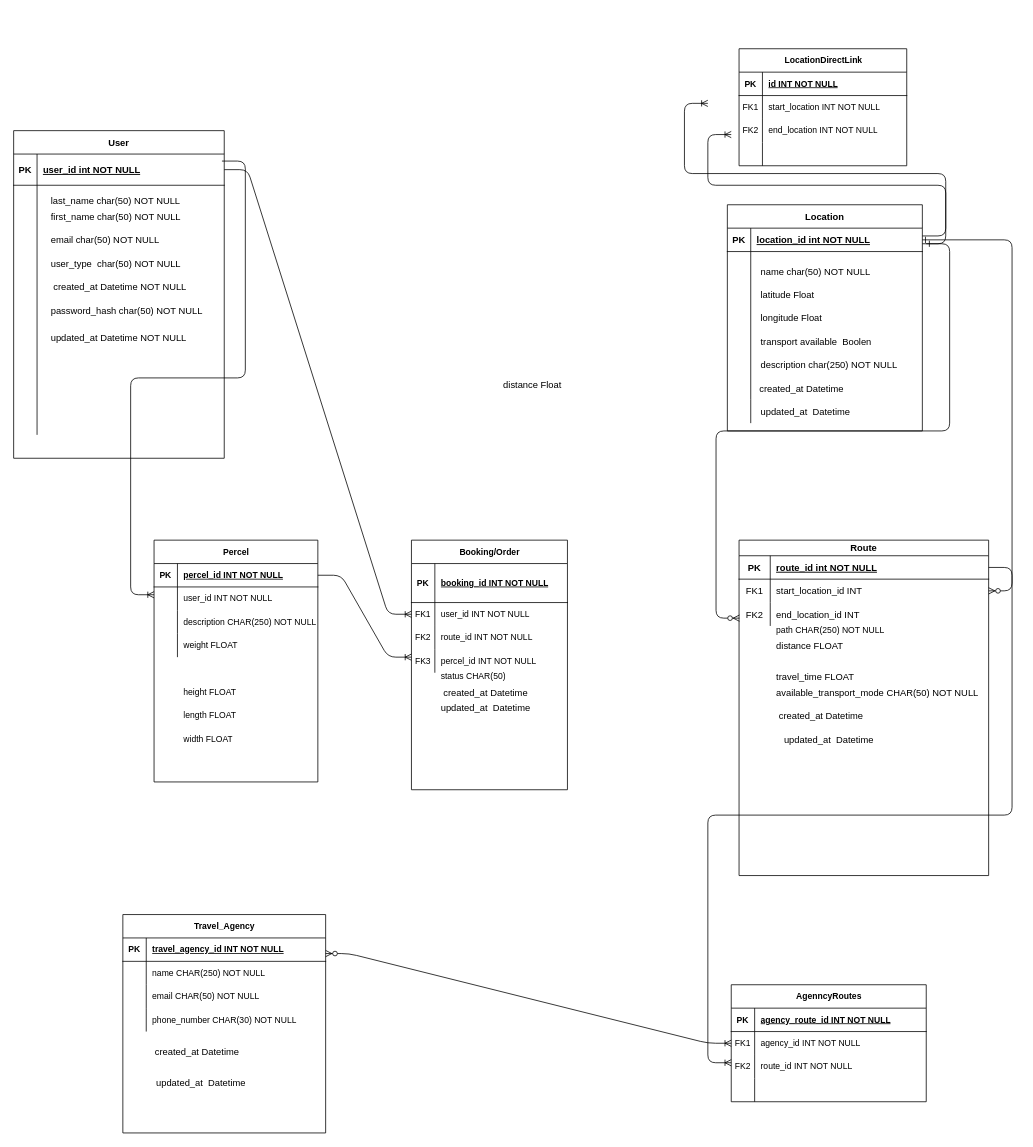
The draw.io diagram Untitled Diagram.drawio in OumaSylvester/NewspaperApp, before the edit. Source tidied: cells renumbered, new cells numbered last; positions are measured from the earlier drawing's top-left corner, leaving out a move shared by most shapes. Both pictures are drawn from the tidied source at 78%, with x=0, y=0 at pixel (13, 48).
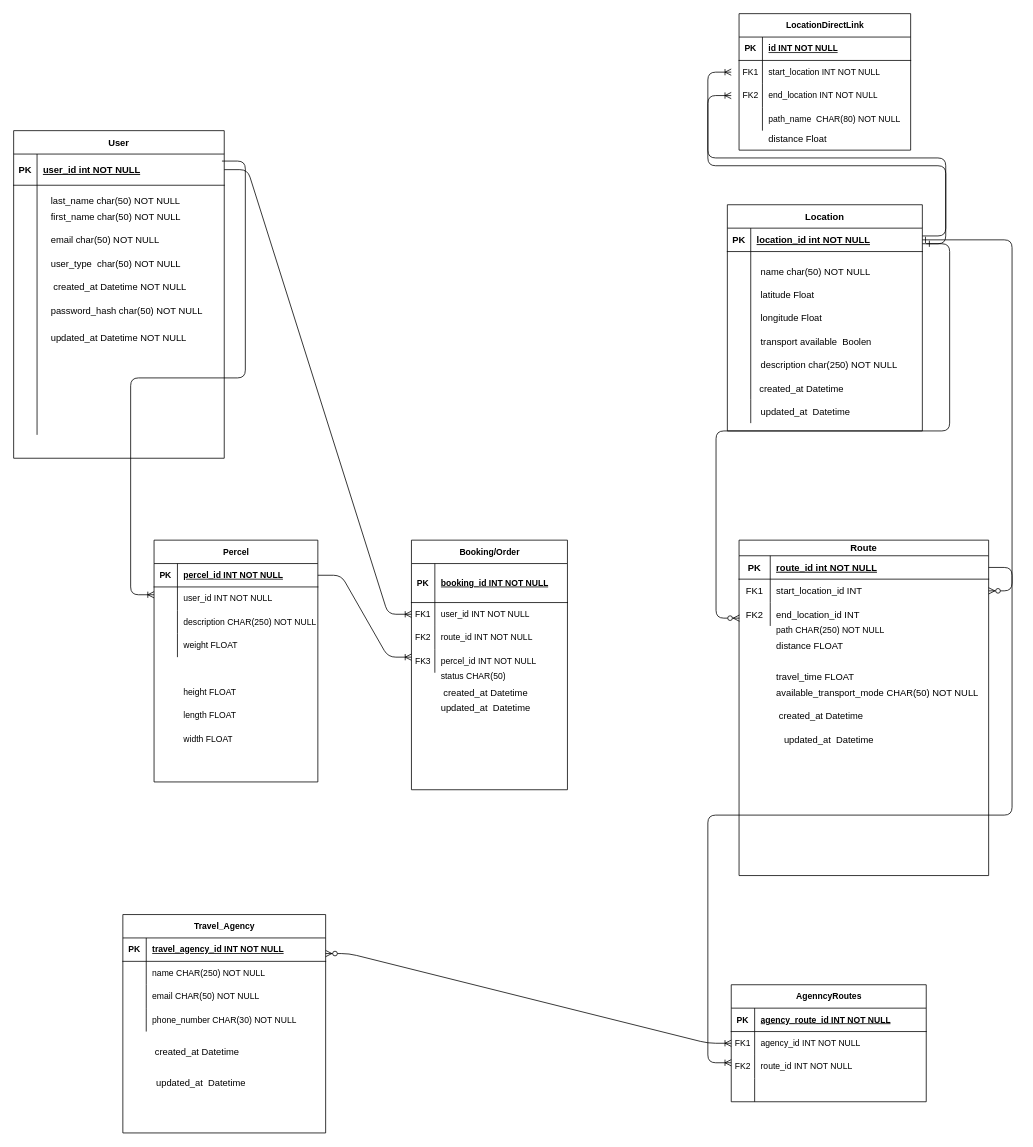
The same diagram, later.

What changed in the source:
```diff
@@
     <mxCell id="111" value="LocationDirectLink" style="shape=table;startSize=30;childLayout=tableLayout;rowLines=0;fontStyle=1;align=center;html=1;fontFamily=Helvetica;fontSize=11;fontColor=default;labelBackgroundColor=default;" parent="1" vertex="1">
-      <mxGeometry x="930" width="215" height="150" as="geometry" />
+      <mxGeometry x="930" y="-45" width="220" height="175" as="geometry" />
     </mxCell>
     <mxCell id="112" style="shape=tableRow;horizontal=0;startSize=0;swimlaneHead=0;swimlaneBody=0;fillColor=none;top=0;left=0;right=0;bottom=1;fontFamily=Helvetica;fontSize=11;fontColor=default;labelBackgroundColor=default;" parent="111" vertex="1">
-      <mxGeometry y="30" width="215" height="30" as="geometry" />
+      <mxGeometry y="30" width="220" height="30" as="geometry" />
     </mxCell>
@@
     <mxCell id="114" value="id INT NOT NULL" style="shape=partialRectangle;fillColor=none;top=0;left=0;bottom=0;right=0;align=left;spacingLeft=6;fontStyle=5;overflow=hidden;whiteSpace=wrap;html=1;fontFamily=Helvetica;fontSize=11;fontColor=default;labelBackgroundColor=default;" parent="112" vertex="1">
-      <mxGeometry x="30" width="185" height="30" as="geometry" />
+      <mxGeometry x="30" width="190" height="30" as="geometry" />
     </mxCell>
     <mxCell id="115" style="shape=tableRow;horizontal=0;startSize=0;swimlaneHead=0;swimlaneBody=0;fillColor=none;top=0;left=0;right=0;bottom=0;fontFamily=Helvetica;fontSize=11;fontColor=default;labelBackgroundColor=default;" parent="111" vertex="1">
-      <mxGeometry y="60" width="215" height="30" as="geometry" />
+      <mxGeometry y="60" width="220" height="30" as="geometry" />
     </mxCell>
@@
     <mxCell id="117" value="start_location INT NOT NULL" style="shape=partialRectangle;fillColor=none;top=0;left=0;bottom=0;right=0;align=left;spacingLeft=6;overflow=hidden;whiteSpace=wrap;html=1;fontFamily=Helvetica;fontSize=11;fontColor=default;labelBackgroundColor=default;" parent="115" vertex="1">
-      <mxGeometry x="30" width="185" height="30" as="geometry" />
+      <mxGeometry x="30" width="190" height="30" as="geometry" />
     </mxCell>
     <mxCell id="118" style="shape=tableRow;horizontal=0;startSize=0;swimlaneHead=0;swimlaneBody=0;fillColor=none;top=0;left=0;right=0;bottom=0;fontFamily=Helvetica;fontSize=11;fontColor=default;labelBackgroundColor=default;" parent="111" vertex="1">
-      <mxGeometry y="90" width="215" height="30" as="geometry" />
+      <mxGeometry y="90" width="220" height="30" as="geometry" />
     </mxCell>
@@
     <mxCell id="120" value="end_location INT NOT NULL" style="shape=partialRectangle;fillColor=none;top=0;left=0;bottom=0;right=0;align=left;spacingLeft=6;overflow=hidden;whiteSpace=wrap;html=1;fontFamily=Helvetica;fontSize=11;fontColor=default;labelBackgroundColor=default;" parent="118" vertex="1">
-      <mxGeometry x="30" width="185" height="30" as="geometry" />
+      <mxGeometry x="30" width="190" height="30" as="geometry" />
     </mxCell>
     <mxCell id="121" style="shape=tableRow;horizontal=0;startSize=0;swimlaneHead=0;swimlaneBody=0;fillColor=none;top=0;left=0;right=0;bottom=0;fontFamily=Helvetica;fontSize=11;fontColor=default;labelBackgroundColor=default;" parent="111" vertex="1">
-      <mxGeometry y="120" width="215" height="30" as="geometry" />
+      <mxGeometry y="120" width="220" height="30" as="geometry" />
     </mxCell>
@@
-    <mxCell id="123" style="shape=partialRectangle;fillColor=none;top=0;left=0;bottom=0;right=0;align=left;spacingLeft=6;overflow=hidden;whiteSpace=wrap;html=1;fontFamily=Helvetica;fontSize=11;fontColor=default;labelBackgroundColor=default;" parent="121" vertex="1">
-      <mxGeometry x="30" width="185" height="30" as="geometry" />
+    <mxCell id="123" value="path_name&amp;nbsp; CHAR(80) NOT NULL" style="shape=partialRectangle;fillColor=none;top=0;left=0;bottom=0;right=0;align=left;spacingLeft=6;overflow=hidden;whiteSpace=wrap;html=1;fontFamily=Helvetica;fontSize=11;fontColor=default;labelBackgroundColor=default;" parent="121" vertex="1">
+      <mxGeometry x="30" width="190" height="30" as="geometry" />
     </mxCell>
     <mxCell id="124" value="distance Float" style="shape=partialRectangle;overflow=hidden;fillColor=none;top=0;left=0;bottom=0;right=0;align=left;spacingLeft=6;" parent="1" vertex="1">
-      <mxGeometry x="620" y="415" width="170" height="30" as="geometry" />
+      <mxGeometry x="960" y="100" width="170" height="30" as="geometry" />
     </mxCell>
@@
     <mxCell id="132" style="edgeStyle=entityRelationEdgeStyle;fontSize=12;html=1;endArrow=ERoneToMany;rounded=1;strokeColor=default;align=center;verticalAlign=middle;fontFamily=Helvetica;fontColor=default;labelBackgroundColor=default;" parent="1" edge="1">
       <mxGeometry relative="1" as="geometry">
         <mxPoint x="1165" y="240" as="sourcePoint" />
-        <mxPoint x="920" y="110" as="targetPoint" />
+        <mxPoint x="920" y="60" as="targetPoint" />
       </mxGeometry>
     </mxCell>
     <mxCell id="133" style="edgeStyle=entityRelationEdgeStyle;fontSize=12;html=1;endArrow=ERoneToMany;rounded=1;strokeColor=default;align=center;verticalAlign=middle;fontFamily=Helvetica;fontColor=default;labelBackgroundColor=default;" parent="1" edge="1">
       <mxGeometry relative="1" as="geometry">
         <mxPoint x="1165" y="250" as="sourcePoint" />
-        <mxPoint x="890" y="70" as="targetPoint" />
+        <mxPoint x="920" y="30" as="targetPoint" />
       </mxGeometry>
     </mxCell>
```
